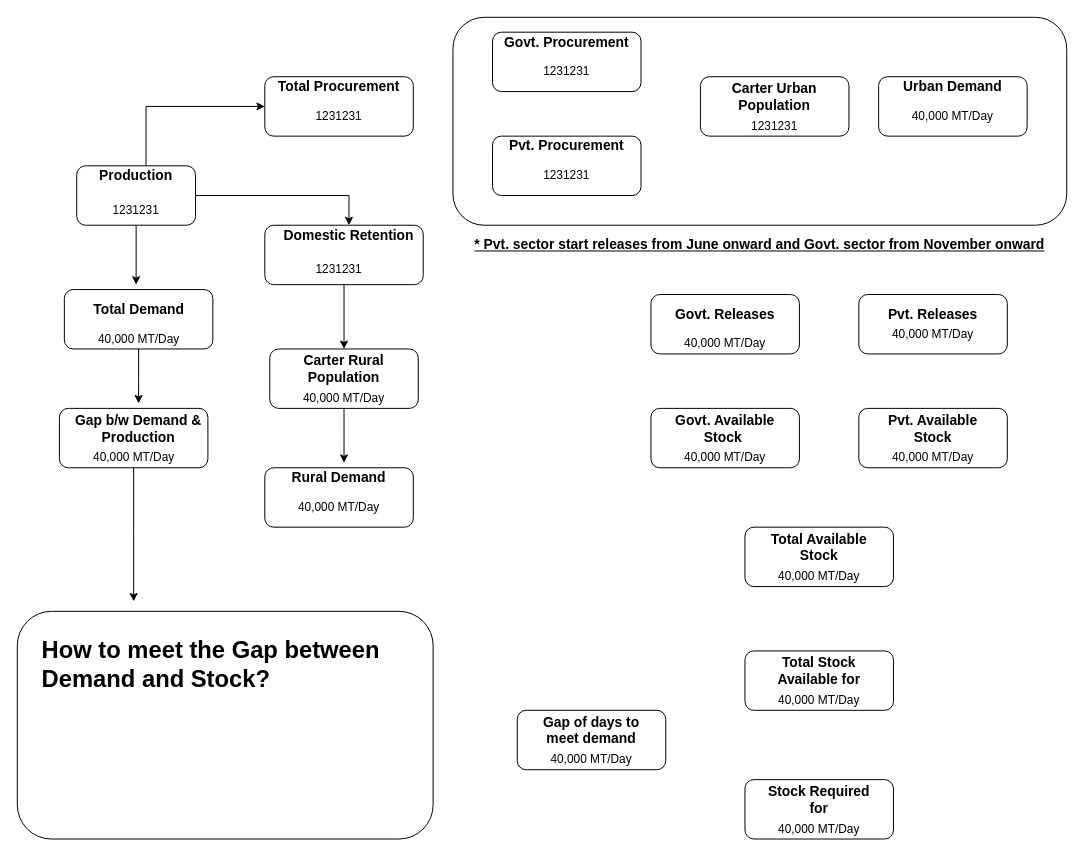
Earlier version of the draw.io diagram Untitled Diagram.drawio (MNFSR/drawio). Source tidied: cells renumbered, new cells numbered last; positions are measured from the earlier drawing's top-left corner, leaving out a move shared by most shapes. Both pictures are drawn from the tidied source at 99%, with x=0, y=0 at pixel (17, 17).
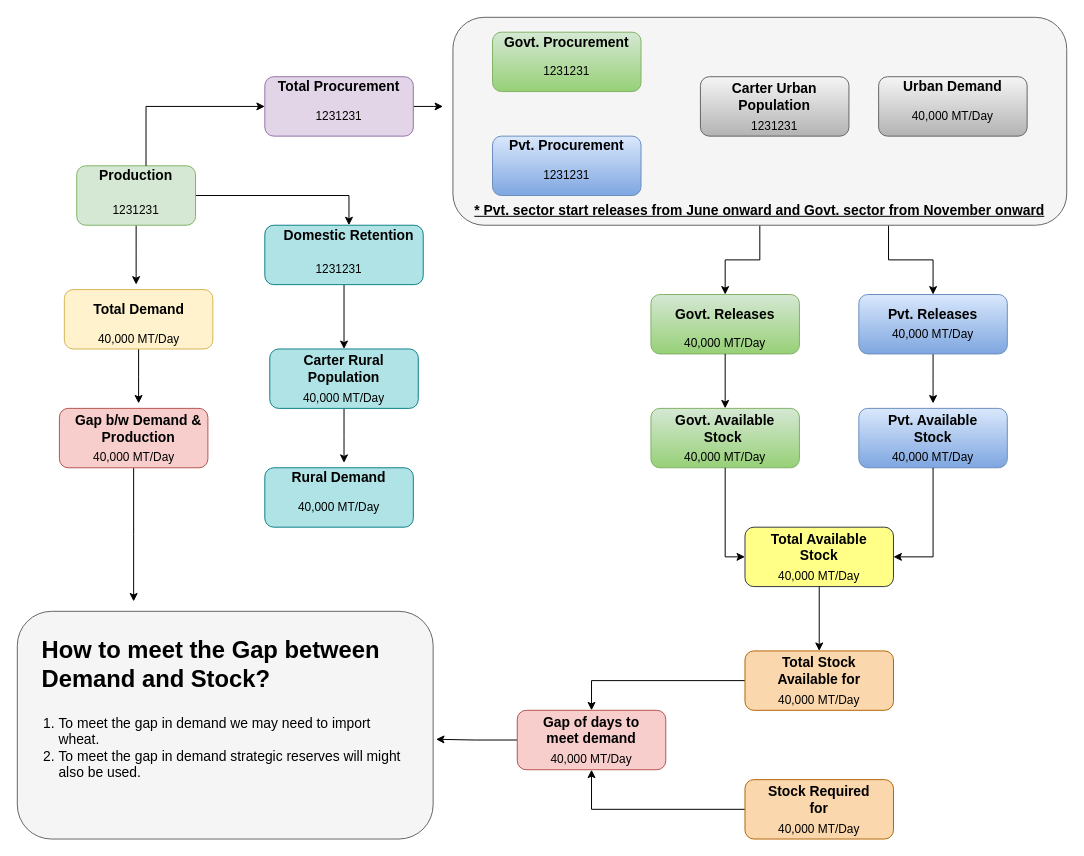
The same page after the edit.

Unchanged cells that the change refers to:
```xml
<mxCell id="40" value="40,000 MT/Day" style="text;html=1;strokeColor=none;fillColor=none;align=center;verticalAlign=middle;whiteSpace=wrap;rounded=0;" parent="1" vertex="1">
  <mxGeometry x="660" y="320" width="110" height="20" as="geometry" />
</mxCell>
<mxCell id="43" value="40,000 MT/Day" style="text;html=1;strokeColor=none;fillColor=none;align=center;verticalAlign=middle;whiteSpace=wrap;rounded=0;" parent="1" vertex="1">
  <mxGeometry x="870" y="435" width="110" height="20" as="geometry" />
</mxCell>
<mxCell id="46" value="40,000 MT/Day" style="text;html=1;strokeColor=none;fillColor=none;align=center;verticalAlign=middle;whiteSpace=wrap;rounded=0;" parent="1" vertex="1">
  <mxGeometry x="660" y="435" width="110" height="20" as="geometry" />
</mxCell>
<mxCell id="63" value="40,000 MT/Day" style="text;html=1;strokeColor=none;fillColor=none;align=center;verticalAlign=middle;whiteSpace=wrap;rounded=0;" parent="1" vertex="1">
  <mxGeometry x="755" y="555" width="110" height="20" as="geometry" />
</mxCell>
<mxCell id="69" value="40,000 MT/Day" style="text;html=1;strokeColor=none;fillColor=none;align=center;verticalAlign=middle;whiteSpace=wrap;rounded=0;" parent="1" vertex="1">
  <mxGeometry x="525" y="740" width="110" height="20" as="geometry" />
</mxCell>
```

Change to the diagram source:
```diff
@@
+    <mxCell id="70" style="edgeStyle=orthogonalEdgeStyle;rounded=0;jettySize=auto;html=1;entryX=0.5;entryY=0;entryDx=0;entryDy=0;" parent="1" edge="1" source="2" target="38">
+      <mxGeometry relative="1" as="geometry" />
+    </mxCell>
+    <mxCell id="71" style="edgeStyle=orthogonalEdgeStyle;rounded=0;jettySize=auto;html=1;" parent="1" edge="1" source="2" target="35">
+      <mxGeometry relative="1" as="geometry">
+        <Array as="points">
+          <mxPoint x="880" y="245" />
+          <mxPoint x="925" y="245" />
+        </Array>
+      </mxGeometry>
+    </mxCell>
-    <mxCell id="2" style="rounded=1;whiteSpace=wrap;html=1;" parent="1" vertex="1">
+    <mxCell id="2" style="rounded=1;whiteSpace=wrap;html=1;fillColor=#f5f5f5;strokeColor=#666666;fontColor=#333333;" parent="1" vertex="1">
       <mxGeometry x="440" width="620" height="210" as="geometry" />
     </mxCell>
@@
-    <mxCell id="5" style="rounded=1;whiteSpace=wrap;html=1;" parent="1" vertex="1">
+    <mxCell id="5" style="rounded=1;whiteSpace=wrap;html=1;fillColor=#d5e8d4;strokeColor=#82b366;" parent="1" vertex="1">
       <mxGeometry x="60" y="150" width="120" height="60" as="geometry" />
     </mxCell>
@@
+    <mxCell id="72" style="edgeStyle=orthogonalEdgeStyle;rounded=0;jettySize=auto;html=1;" parent="1" edge="1" source="9">
+      <mxGeometry relative="1" as="geometry">
+        <mxPoint x="430" y="90" as="targetPoint" />
+      </mxGeometry>
+    </mxCell>
-    <mxCell id="9" style="rounded=1;whiteSpace=wrap;html=1;" parent="1" vertex="1">
+    <mxCell id="9" style="rounded=1;whiteSpace=wrap;html=1;fillColor=#e1d5e7;strokeColor=#9673a6;" parent="1" vertex="1">
       <mxGeometry x="250" y="60" width="150" height="60" as="geometry" />
     </mxCell>
@@
-    <mxCell id="13" style="rounded=1;whiteSpace=wrap;html=1;" parent="1" vertex="1">
+    <mxCell id="13" style="rounded=1;whiteSpace=wrap;html=1;fillColor=#b0e3e6;strokeColor=#0e8088;" parent="1" vertex="1">
       <mxGeometry x="250" y="210" width="160" height="60" as="geometry" />
     </mxCell>
@@
-    <mxCell id="16" style="rounded=1;whiteSpace=wrap;html=1;" parent="1" vertex="1">
+    <mxCell id="16" style="rounded=1;whiteSpace=wrap;html=1;gradientColor=#97d077;fillColor=#d5e8d4;strokeColor=#82b366;" parent="1" vertex="1">
       <mxGeometry x="480" y="15" width="150" height="60" as="geometry" />
     </mxCell>
@@
-    <mxCell id="19" style="rounded=1;whiteSpace=wrap;html=1;" parent="1" vertex="1">
+    <mxCell id="19" style="rounded=1;whiteSpace=wrap;html=1;gradientColor=#7ea6e0;fillColor=#dae8fc;strokeColor=#6c8ebf;" parent="1" vertex="1">
       <mxGeometry x="480" y="120" width="150" height="60" as="geometry" />
     </mxCell>
@@
-    <mxCell id="22" style="rounded=1;whiteSpace=wrap;html=1;" parent="1" vertex="1">
+    <mxCell id="22" style="rounded=1;whiteSpace=wrap;html=1;gradientColor=#b3b3b3;fillColor=#f5f5f5;strokeColor=#666666;" parent="1" vertex="1">
       <mxGeometry x="690" y="60" width="150" height="60" as="geometry" />
     </mxCell>
@@
-    <mxCell id="25" style="rounded=1;whiteSpace=wrap;html=1;" parent="1" vertex="1">
+    <mxCell id="25" style="rounded=1;whiteSpace=wrap;html=1;gradientColor=#b3b3b3;fillColor=#f5f5f5;strokeColor=#666666;" parent="1" vertex="1">
       <mxGeometry x="870" y="60" width="150" height="60" as="geometry" />
     </mxCell>
@@
-    <mxCell id="28" style="rounded=1;whiteSpace=wrap;html=1;" parent="1" vertex="1">
+    <mxCell id="28" style="rounded=1;whiteSpace=wrap;html=1;fillColor=#b0e3e6;strokeColor=#0e8088;" parent="1" vertex="1">
       <mxGeometry x="250" y="455" width="150" height="60" as="geometry" />
     </mxCell>
@@
-    <mxCell id="32" style="rounded=1;whiteSpace=wrap;html=1;" parent="1" vertex="1">
+    <mxCell id="32" style="rounded=1;whiteSpace=wrap;html=1;fillColor=#b0e3e6;strokeColor=#0e8088;" parent="1" vertex="1">
       <mxGeometry x="255" y="335" width="150" height="60" as="geometry" />
     </mxCell>
@@
+    <mxCell id="73" style="edgeStyle=orthogonalEdgeStyle;rounded=0;jettySize=auto;html=1;" parent="1" edge="1" source="35">
+      <mxGeometry relative="1" as="geometry">
+        <mxPoint x="925" y="390" as="targetPoint" />
+      </mxGeometry>
+    </mxCell>
-    <mxCell id="35" style="rounded=1;whiteSpace=wrap;html=1;" parent="1" vertex="1">
+    <mxCell id="35" style="rounded=1;whiteSpace=wrap;html=1;gradientColor=#7ea6e0;fillColor=#dae8fc;strokeColor=#6c8ebf;" parent="1" vertex="1">
       <mxGeometry x="850" y="280" width="150" height="60" as="geometry" />
     </mxCell>
@@
-    <mxCell id="38" style="rounded=1;whiteSpace=wrap;html=1;" parent="1" vertex="1">
+    <mxCell id="38" style="rounded=1;whiteSpace=wrap;html=1;gradientColor=#97d077;fillColor=#d5e8d4;strokeColor=#82b366;" parent="1" vertex="1">
       <mxGeometry x="640" y="280" width="150" height="60" as="geometry" />
     </mxCell>
@@
+    <mxCell id="74" style="edgeStyle=orthogonalEdgeStyle;rounded=0;jettySize=auto;html=1;entryX=0.5;entryY=0;entryDx=0;entryDy=0;" parent="1" edge="1" source="40" target="44">
+      <mxGeometry relative="1" as="geometry" />
+    </mxCell>
@@
-    <mxCell id="41" style="rounded=1;whiteSpace=wrap;html=1;" parent="1" vertex="1">
+    <mxCell id="41" style="rounded=1;whiteSpace=wrap;html=1;gradientColor=#7ea6e0;fillColor=#dae8fc;strokeColor=#6c8ebf;" parent="1" vertex="1">
       <mxGeometry x="850" y="395" width="150" height="60" as="geometry" />
     </mxCell>
@@
+    <mxCell id="75" style="edgeStyle=orthogonalEdgeStyle;rounded=0;jettySize=auto;html=1;entryX=1;entryY=0.5;entryDx=0;entryDy=0;" parent="1" edge="1" source="43" target="61">
+      <mxGeometry relative="1" as="geometry" />
+    </mxCell>
@@
-    <mxCell id="44" style="rounded=1;whiteSpace=wrap;html=1;" parent="1" vertex="1">
+    <mxCell id="44" style="rounded=1;whiteSpace=wrap;html=1;gradientColor=#97d077;fillColor=#d5e8d4;strokeColor=#82b366;" parent="1" vertex="1">
       <mxGeometry x="640" y="395" width="150" height="60" as="geometry" />
     </mxCell>
@@
+    <mxCell id="76" style="edgeStyle=orthogonalEdgeStyle;rounded=0;jettySize=auto;html=1;entryX=0;entryY=0.5;entryDx=0;entryDy=0;" parent="1" edge="1" source="46" target="61">
+      <mxGeometry relative="1" as="geometry" />
+    </mxCell>
@@
+    <mxCell id="77" style="edgeStyle=orthogonalEdgeStyle;rounded=0;jettySize=auto;html=1;entryX=0.5;entryY=0;entryDx=0;entryDy=0;" parent="1" edge="1" source="47" target="67">
+      <mxGeometry relative="1" as="geometry" />
+    </mxCell>
-    <mxCell id="47" style="rounded=1;whiteSpace=wrap;html=1;" parent="1" vertex="1">
+    <mxCell id="47" style="rounded=1;whiteSpace=wrap;html=1;fillColor=#fad7ac;strokeColor=#b46504;" parent="1" vertex="1">
       <mxGeometry x="735" y="640" width="150" height="60" as="geometry" />
     </mxCell>
@@
     <mxCell id="50" value="&lt;font style=&quot;font-size: 14px&quot;&gt;&lt;b&gt;&lt;u&gt;* Pvt. sector start releases from June onward and Govt. sector from November onward&lt;/u&gt;&lt;/b&gt;&lt;/font&gt;" style="text;html=1;strokeColor=none;fillColor=none;align=center;verticalAlign=middle;whiteSpace=wrap;rounded=0;" parent="1" vertex="1">
-      <mxGeometry x="460" y="220" width="580" height="20" as="geometry" />
+      <mxGeometry x="460" y="185" width="580" height="20" as="geometry" />
     </mxCell>
@@
-    <mxCell id="52" style="rounded=1;whiteSpace=wrap;html=1;" parent="1" vertex="1">
+    <mxCell id="52" style="rounded=1;whiteSpace=wrap;html=1;fillColor=#f8cecc;strokeColor=#b85450;" parent="1" vertex="1">
       <mxGeometry x="42.5" y="395" width="150" height="60" as="geometry" />
     </mxCell>
@@
-    <mxCell id="56" style="rounded=1;whiteSpace=wrap;html=1;" parent="1" vertex="1">
+    <mxCell id="56" style="rounded=1;whiteSpace=wrap;html=1;fillColor=#fff2cc;strokeColor=#d6b656;" parent="1" vertex="1">
       <mxGeometry x="47.5" y="275" width="150" height="60" as="geometry" />
     </mxCell>
@@
-    <mxCell id="59" style="rounded=1;whiteSpace=wrap;html=1;" parent="1" vertex="1">
+    <mxCell id="59" style="rounded=1;whiteSpace=wrap;html=1;fillColor=#f5f5f5;strokeColor=#666666;fontColor=#333333;" parent="1" vertex="1">
       <mxGeometry y="600" width="420" height="230" as="geometry" />
     </mxCell>
     <mxCell id="60" value="&lt;h1&gt;How to meet the Gap between Demand and Stock?&lt;/h1&gt;" style="text;html=1;strokeColor=none;fillColor=none;spacing=5;spacingTop=-20;whiteSpace=wrap;overflow=hidden;rounded=0;" parent="1" vertex="1">
-      <mxGeometry x="20" y="620" width="390" height="120" as="geometry" />
+      <mxGeometry x="20" y="620" width="390" height="70" as="geometry" />
     </mxCell>
-    <mxCell id="61" style="rounded=1;whiteSpace=wrap;html=1;" parent="1" vertex="1">
+    <mxCell id="61" style="rounded=1;whiteSpace=wrap;html=1;fillColor=#ffff88;strokeColor=#36393d;" parent="1" vertex="1">
       <mxGeometry x="735" y="515" width="150" height="60" as="geometry" />
     </mxCell>
@@
+    <mxCell id="78" style="edgeStyle=orthogonalEdgeStyle;rounded=0;jettySize=auto;html=1;entryX=0.5;entryY=0;entryDx=0;entryDy=0;" parent="1" edge="1" source="63" target="47">
+      <mxGeometry relative="1" as="geometry" />
+    </mxCell>
@@
+    <mxCell id="79" style="edgeStyle=orthogonalEdgeStyle;rounded=0;jettySize=auto;html=1;entryX=0.5;entryY=1;entryDx=0;entryDy=0;" parent="1" edge="1" source="64" target="69">
+      <mxGeometry relative="1" as="geometry" />
+    </mxCell>
-    <mxCell id="64" style="rounded=1;whiteSpace=wrap;html=1;" parent="1" vertex="1">
+    <mxCell id="64" style="rounded=1;whiteSpace=wrap;html=1;fillColor=#fad7ac;strokeColor=#b46504;" parent="1" vertex="1">
       <mxGeometry x="735" y="770" width="150" height="60" as="geometry" />
     </mxCell>
@@
+    <mxCell id="80" style="edgeStyle=orthogonalEdgeStyle;rounded=0;jettySize=auto;html=1;entryX=1.007;entryY=0.562;entryDx=0;entryDy=0;entryPerimeter=0;" parent="1" edge="1" source="67" target="59">
+      <mxGeometry relative="1" as="geometry" />
+    </mxCell>
-    <mxCell id="67" style="rounded=1;whiteSpace=wrap;html=1;" parent="1" vertex="1">
+    <mxCell id="67" style="rounded=1;whiteSpace=wrap;html=1;fillColor=#f8cecc;strokeColor=#b85450;" parent="1" vertex="1">
       <mxGeometry x="505" y="700" width="150" height="60" as="geometry" />
     </mxCell>
@@
+    <mxCell id="81" value="&lt;ol style=&quot;font-size: 14px&quot;&gt;&lt;li&gt;To meet the gap in demand we may need to import wheat.&amp;nbsp;&lt;/li&gt;&lt;li&gt;To meet the gap in demand strategic reserves will might also be used.&amp;nbsp;&lt;/li&gt;&lt;/ol&gt;" style="text;html=1;strokeColor=none;fillColor=none;align=left;verticalAlign=middle;whiteSpace=wrap;rounded=0;" parent="1" vertex="1">
+      <mxGeometry y="690" width="390" height="95" as="geometry" />
+    </mxCell>
```
